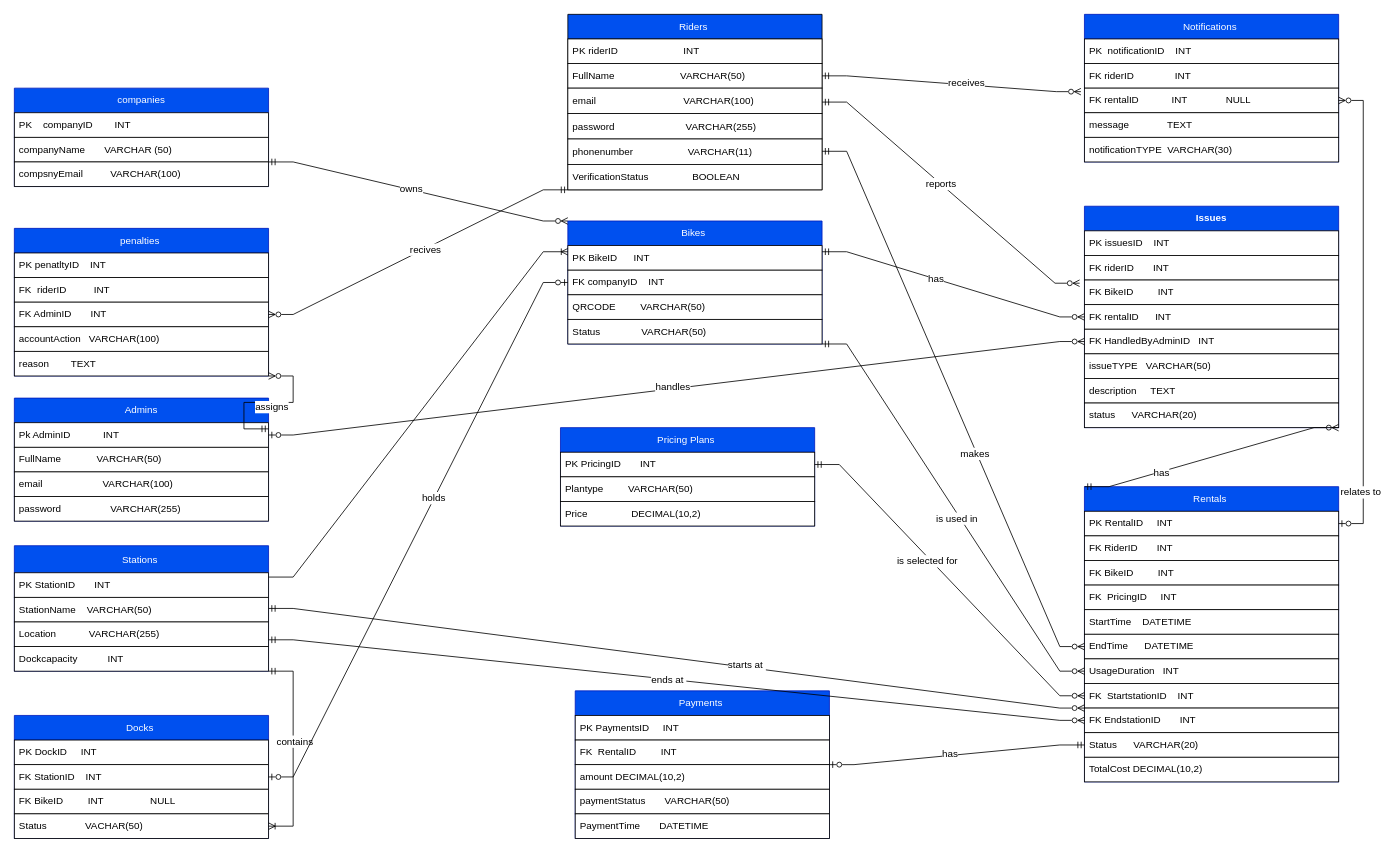
Before: docs/erd.drawio in faridawaleed22/Smart-Bike-Rental-ECOride, a draw.io diagram. Source tidied: cells renumbered, new cells numbered last; positions are measured from the earlier drawing's top-left corner, leaving out a move shared by most shapes. Both pictures are drawn from the tidied source at 82%, with x=0, y=0 at pixel (14, 14).
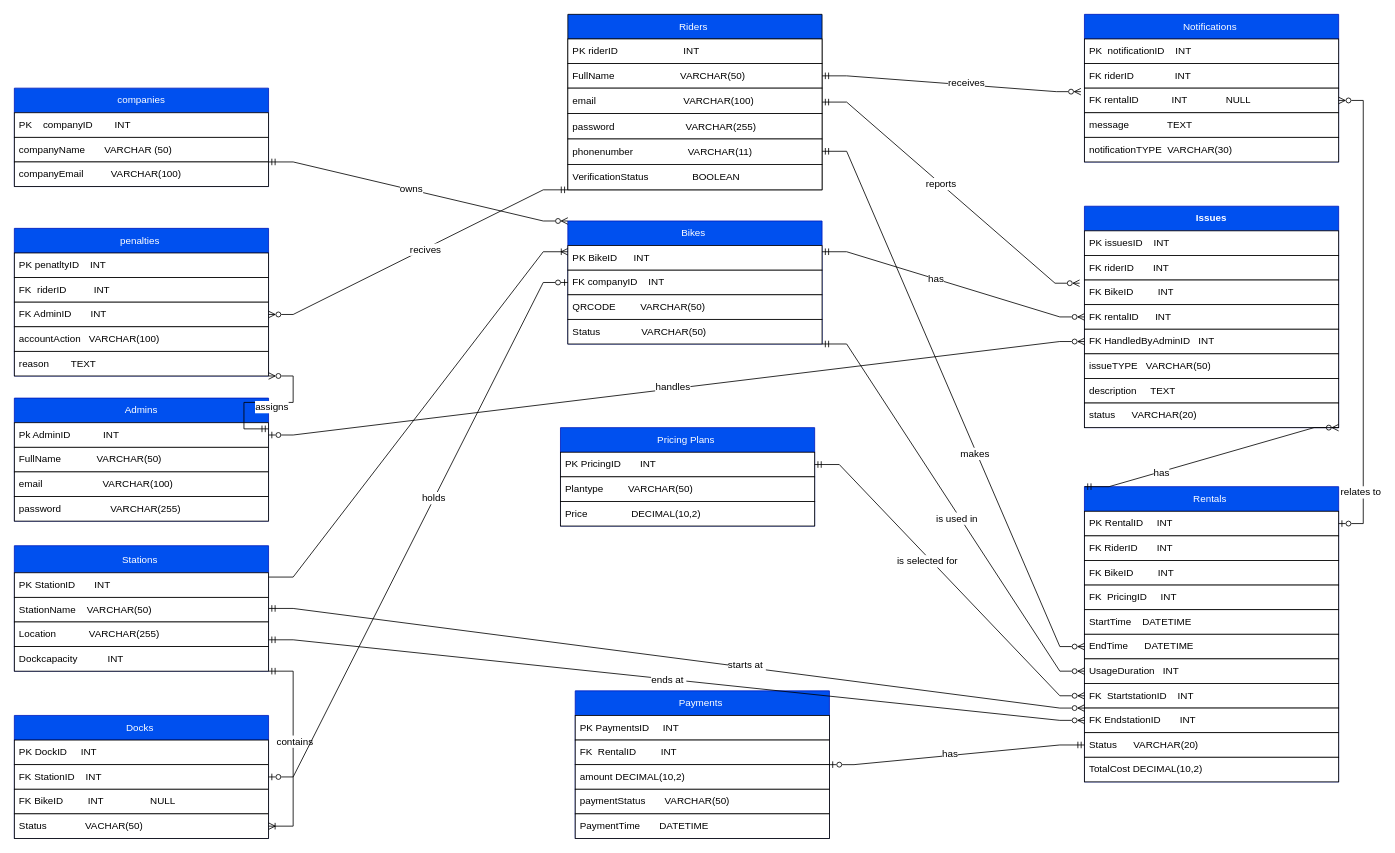
The same diagram, later.

Commit message (it also covers changes not shown here):
Add companies and bikes to shared schema

The change refers to these unchanged cells:
```xml
<mxCell id="94" value="companies" style="swimlane;fontStyle=0;horizontal=1;startSize=30;whiteSpace=wrap;html=1;strokeColor=#001DBC;align=center;verticalAlign=middle;spacingLeft=4;spacingRight=4;fontFamily=Helvetica;fontSize=12;fontColor=#ffffff;fillColor=#0050ef;" parent="1" vertex="1">
  <mxGeometry y="90" width="310" height="120" as="geometry" />
</mxCell>
```

Diff of the diagram source:
```diff
@@
-    <mxCell id="97" value="compsnyEmail&amp;nbsp; &amp;nbsp; &amp;nbsp; &amp;nbsp; &amp;nbsp; VARCHAR(100)" style="text;strokeColor=default;fillColor=default;align=left;verticalAlign=middle;spacingLeft=4;spacingRight=4;overflow=hidden;whiteSpace=wrap;html=1;fontFamily=Helvetica;fontSize=12;fontColor=default;gradientColor=none;" parent="94" vertex="1">
+    <mxCell id="97" value="companyEmail&amp;nbsp; &amp;nbsp; &amp;nbsp; &amp;nbsp; &amp;nbsp; VARCHAR(100)" style="text;strokeColor=default;fillColor=default;align=left;verticalAlign=middle;spacingLeft=4;spacingRight=4;overflow=hidden;whiteSpace=wrap;html=1;fontFamily=Helvetica;fontSize=12;fontColor=default;gradientColor=none;" parent="94" vertex="1">
       <mxGeometry y="90" width="310" height="30" as="geometry" />
     </mxCell>
```
